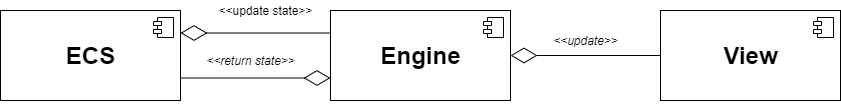
Earlier version of the draw.io export docs/img/ArchitetturaPPS.png (MarzoliLeo/PPS-22-MetalScala3). Source tidied: cells renumbered, new cells last; positions are measured from the earlier drawing's top-left corner, leaving out a move shared by most shapes. Its diagram source:
```xml
<mxGraphModel>
  <root>
    <mxCell id="0" />
    <mxCell id="1" parent="0" />
    <mxCell id="2" value="&lt;b&gt;&lt;font style=&quot;font-size: 24px&quot;&gt;ECS&lt;/font&gt;&lt;/b&gt;" style="html=1;" parent="1" vertex="1">
      <mxGeometry y="10" width="180" height="90" as="geometry" />
    </mxCell>
    <mxCell id="3" style="shape=component;jettyWidth=8;jettyHeight=4;" parent="2" vertex="1">
      <mxGeometry x="1" width="20" height="20" relative="1" as="geometry">
        <mxPoint x="-27" y="7" as="offset" />
      </mxGeometry>
    </mxCell>
    <mxCell id="4" value="&lt;b&gt;&lt;font style=&quot;font-size: 24px&quot;&gt;Engine&lt;/font&gt;&lt;/b&gt;" style="html=1;" parent="1" vertex="1">
      <mxGeometry x="330" y="10" width="180" height="90" as="geometry" />
    </mxCell>
    <mxCell id="5" style="shape=component;jettyWidth=8;jettyHeight=4;" parent="4" vertex="1">
      <mxGeometry x="1" width="20" height="20" relative="1" as="geometry">
        <mxPoint x="-27" y="7" as="offset" />
      </mxGeometry>
    </mxCell>
    <mxCell id="6" value="&lt;b&gt;&lt;font style=&quot;font-size: 24px&quot;&gt;View&lt;/font&gt;&lt;/b&gt;" style="html=1;" parent="1" vertex="1">
      <mxGeometry x="660" y="10" width="180" height="90" as="geometry" />
    </mxCell>
    <mxCell id="7" style="shape=component;jettyWidth=8;jettyHeight=4;" parent="6" vertex="1">
      <mxGeometry x="1" width="20" height="20" relative="1" as="geometry">
        <mxPoint x="-27" y="7" as="offset" />
      </mxGeometry>
    </mxCell>
    <mxCell id="8" value="&lt;i&gt;&amp;lt;&amp;lt;update&amp;gt;&amp;gt;&lt;/i&gt;" style="text;html=1;align=center;verticalAlign=middle;labelBackgroundColor=#ffffff;" parent="1" vertex="1">
      <mxGeometry x="600" y="50" as="geometry">
        <mxPoint x="-16" y="-11" as="offset" />
      </mxGeometry>
    </mxCell>
    <mxCell id="9" value="&lt;i&gt;&amp;lt;&amp;lt;return state&amp;gt;&amp;gt;&lt;/i&gt;" style="text;html=1;align=center;verticalAlign=middle;labelBackgroundColor=#ffffff;" parent="1" vertex="1">
      <mxGeometry x="265" y="70" as="geometry">
        <mxPoint x="-16" y="-11" as="offset" />
      </mxGeometry>
    </mxCell>
    <mxCell id="10" style="endArrow=diamondThin;endFill=0;endSize=24;html=1;exitX=1;exitY=0.75;exitDx=0;exitDy=0;entryX=0;entryY=0.75;entryDx=0;entryDy=0;" parent="1" edge="1" source="2" target="4">
      <mxGeometry relative="1" as="geometry" />
    </mxCell>
    <mxCell id="11" style="endArrow=diamondThin;endFill=0;endSize=24;html=1;entryX=1;entryY=0.25;entryDx=0;entryDy=0;exitX=0;exitY=0.25;exitDx=0;exitDy=0;" parent="1" edge="1" source="4" target="2">
      <mxGeometry relative="1" as="geometry" />
    </mxCell>
    <mxCell id="12" style="endArrow=diamondThin;endFill=0;endSize=24;html=1;entryX=1;entryY=0.5;entryDx=0;entryDy=0;exitX=0;exitY=0.5;exitDx=0;exitDy=0;" parent="1" edge="1" source="6" target="4">
      <mxGeometry relative="1" as="geometry" />
    </mxCell>
    <mxCell id="13" value="&amp;lt;&amp;lt;update state&amp;gt;&amp;gt;" style="text;html=1;align=center;verticalAlign=middle;" parent="1" vertex="1">
      <mxGeometry x="210" width="110" height="20" as="geometry" />
    </mxCell>
  </root>
</mxGraphModel>
```
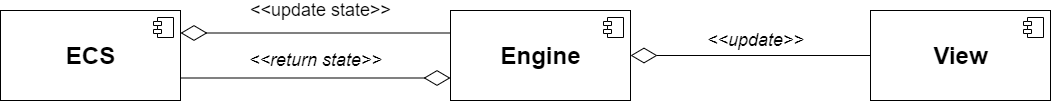
Later version of the same file.

Diff of the diagram source:
```diff
@@ -3,7 +3,7 @@
     <mxCell id="0" />
     <mxCell id="1" parent="0" />
     <mxCell id="2" value="&lt;b&gt;&lt;font style=&quot;font-size: 24px&quot;&gt;ECS&lt;/font&gt;&lt;/b&gt;" style="html=1;" parent="1" vertex="1">
-      <mxGeometry y="10" width="180" height="90" as="geometry" />
+      <mxGeometry x="-120" y="10" width="180" height="90" as="geometry" />
     </mxCell>
     <mxCell id="3" style="shape=component;jettyWidth=8;jettyHeight=4;" parent="2" vertex="1">
       <mxGeometry x="1" width="20" height="20" relative="1" as="geometry">
@@ -19,20 +19,20 @@
       </mxGeometry>
     </mxCell>
     <mxCell id="6" value="&lt;b&gt;&lt;font style=&quot;font-size: 24px&quot;&gt;View&lt;/font&gt;&lt;/b&gt;" style="html=1;" parent="1" vertex="1">
-      <mxGeometry x="660" y="10" width="180" height="90" as="geometry" />
+      <mxGeometry x="750" y="10" width="180" height="90" as="geometry" />
     </mxCell>
     <mxCell id="7" style="shape=component;jettyWidth=8;jettyHeight=4;" parent="6" vertex="1">
       <mxGeometry x="1" width="20" height="20" relative="1" as="geometry">
         <mxPoint x="-27" y="7" as="offset" />
       </mxGeometry>
     </mxCell>
-    <mxCell id="8" value="&lt;i&gt;&amp;lt;&amp;lt;update&amp;gt;&amp;gt;&lt;/i&gt;" style="text;html=1;align=center;verticalAlign=middle;labelBackgroundColor=#ffffff;" parent="1" vertex="1">
-      <mxGeometry x="600" y="50" as="geometry">
+    <mxCell id="8" value="&lt;i&gt;&lt;font style=&quot;font-size: 18px&quot;&gt;&amp;lt;&amp;lt;update&amp;gt;&amp;gt;&lt;/font&gt;&lt;/i&gt;" style="text;html=1;align=center;verticalAlign=middle;labelBackgroundColor=#ffffff;" parent="1" vertex="1">
+      <mxGeometry x="650" y="50" as="geometry">
         <mxPoint x="-16" y="-11" as="offset" />
       </mxGeometry>
     </mxCell>
-    <mxCell id="9" value="&lt;i&gt;&amp;lt;&amp;lt;return state&amp;gt;&amp;gt;&lt;/i&gt;" style="text;html=1;align=center;verticalAlign=middle;labelBackgroundColor=#ffffff;" parent="1" vertex="1">
-      <mxGeometry x="265" y="70" as="geometry">
+    <mxCell id="9" value="&lt;i&gt;&lt;font style=&quot;font-size: 18px&quot;&gt;&amp;lt;&amp;lt;return state&amp;gt;&amp;gt;&lt;/font&gt;&lt;/i&gt;" style="text;html=1;align=center;verticalAlign=middle;labelBackgroundColor=#ffffff;" parent="1" vertex="1">
+      <mxGeometry x="210" y="70" as="geometry">
         <mxPoint x="-16" y="-11" as="offset" />
       </mxGeometry>
     </mxCell>
@@ -45,8 +45,8 @@
     <mxCell id="12" style="endArrow=diamondThin;endFill=0;endSize=24;html=1;entryX=1;entryY=0.5;entryDx=0;entryDy=0;exitX=0;exitY=0.5;exitDx=0;exitDy=0;" parent="1" edge="1" source="6" target="4">
       <mxGeometry relative="1" as="geometry" />
     </mxCell>
-    <mxCell id="13" value="&amp;lt;&amp;lt;update state&amp;gt;&amp;gt;" style="text;html=1;align=center;verticalAlign=middle;" parent="1" vertex="1">
-      <mxGeometry x="210" width="110" height="20" as="geometry" />
+    <mxCell id="13" value="&lt;font style=&quot;font-size: 18px&quot;&gt;&amp;lt;&amp;lt;update state&amp;gt;&amp;gt;&lt;/font&gt;" style="text;html=1;align=center;verticalAlign=middle;" parent="1" vertex="1">
+      <mxGeometry x="120" width="160" height="20" as="geometry" />
     </mxCell>
   </root>
 </mxGraphModel>
```
